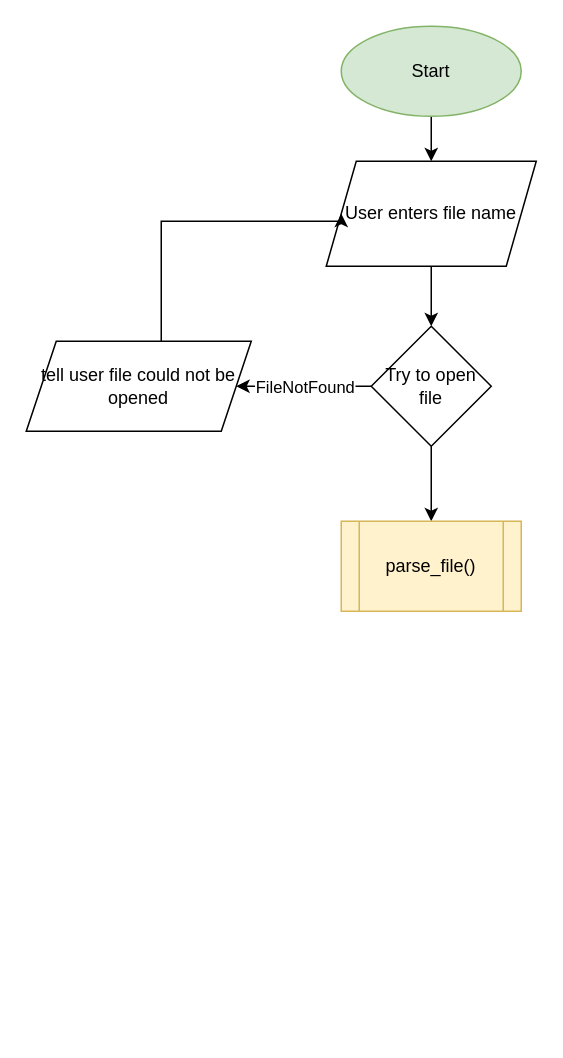
The draw.io diagram page "main" (1 of 2) of Continental_Data_Flowchart.drawio in Joel-Vernon-98/Continental_Data, before the edit. Source tidied: cells renumbered, new cells numbered last; positions are measured from the earlier drawing's top-left corner, leaving out a move shared by most shapes. Both pictures are drawn from the tidied source at 150%, with x=0, y=0 at pixel (26, 26).
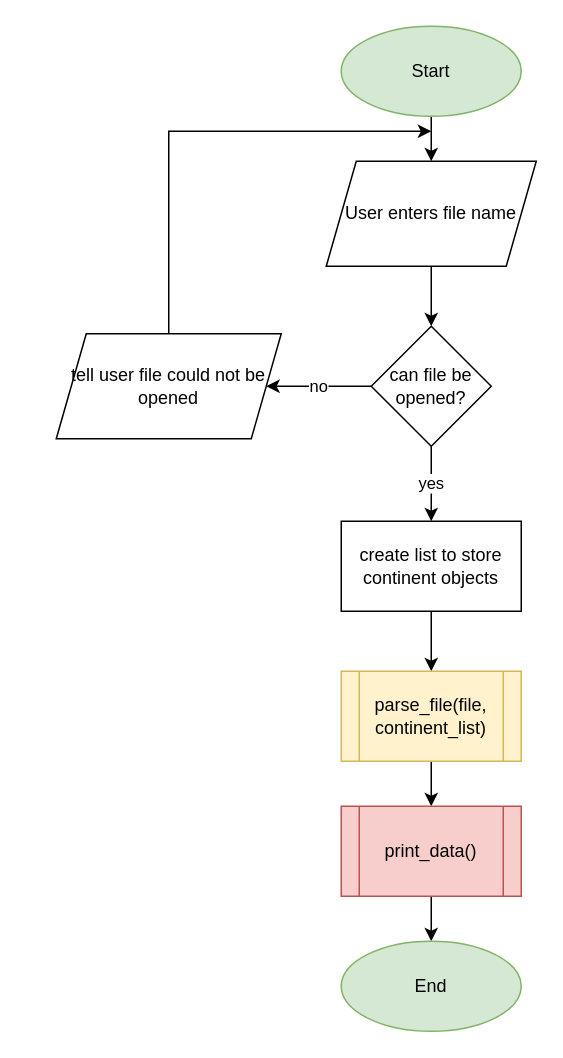
The same page after the edit.

Commit message:
added flowchart for parse_file function

Unchanged cells that the change refers to:
```xml
<mxCell id="5" value="User enters file name" style="shape=parallelogram;perimeter=parallelogramPerimeter;whiteSpace=wrap;html=1;fixedSize=1;" parent="1" vertex="1">
  <mxGeometry x="200" y="90" width="140" height="70" as="geometry" />
</mxCell>
```

What changed in the source:
```diff
@@
-    <mxCell id="6" value="FileNotFound" style="edgeStyle=orthogonalEdgeStyle;rounded=0;jettySize=auto;html=1;" parent="1" edge="1" source="8">
-      <mxGeometry relative="1" as="geometry">
-        <mxPoint x="140" y="240" as="targetPoint" />
-      </mxGeometry>
-    </mxCell>
-    <mxCell id="7" style="edgeStyle=orthogonalEdgeStyle;rounded=0;jettySize=auto;html=1;" parent="1" edge="1" source="8" target="11">
-      <mxGeometry relative="1" as="geometry" />
+    <mxCell id="7" value="yes" style="edgeStyle=orthogonalEdgeStyle;rounded=0;jettySize=auto;html=1;" parent="1" edge="1" source="8">
+      <mxGeometry relative="1" as="geometry">
+        <mxPoint x="270" y="330" as="targetPoint" />
+      </mxGeometry>
     </mxCell>
+    <mxCell id="12" value="no" style="edgeStyle=orthogonalEdgeStyle;rounded=0;jettySize=auto;html=1;" parent="1" edge="1" source="8" target="10">
+      <mxGeometry relative="1" as="geometry" />
+    </mxCell>
-    <mxCell id="8" value="Try to open file" style="rhombus;whiteSpace=wrap;html=1;" parent="1" vertex="1">
+    <mxCell id="8" value="can file be opened?" style="rhombus;whiteSpace=wrap;html=1;" parent="1" vertex="1">
       <mxGeometry x="230" y="200" width="80" height="80" as="geometry" />
     </mxCell>
-    <mxCell id="9" style="edgeStyle=orthogonalEdgeStyle;rounded=0;jettySize=auto;html=1;entryX=0;entryY=0.5;entryDx=0;entryDy=0;" parent="1" edge="1" source="10" target="5">
-      <mxGeometry relative="1" as="geometry">
-        <Array as="points">
-          <mxPoint x="90" y="130" />
-        </Array>
-      </mxGeometry>
-    </mxCell>
+    <mxCell id="13" style="edgeStyle=orthogonalEdgeStyle;rounded=0;jettySize=auto;html=1;exitX=0.5;exitY=0;exitDx=0;exitDy=0;" parent="1" edge="1" source="10">
+      <mxGeometry relative="1" as="geometry">
+        <mxPoint x="270" y="70" as="targetPoint" />
+        <Array as="points">
+          <mxPoint x="95" y="70" />
+        </Array>
+      </mxGeometry>
+    </mxCell>
     <mxCell id="10" value="tell user file could not be opened" style="shape=parallelogram;perimeter=parallelogramPerimeter;whiteSpace=wrap;html=1;fixedSize=1;" parent="1" vertex="1">
-      <mxGeometry y="210" width="150" height="60" as="geometry" />
+      <mxGeometry x="20" y="205" width="150" height="70" as="geometry" />
     </mxCell>
-    <mxCell id="11" value="parse_file()" style="shape=process;whiteSpace=wrap;html=1;backgroundOutline=1;fillColor=#fff2cc;strokeColor=#d6b656;" parent="1" vertex="1">
-      <mxGeometry x="210" y="330" width="120" height="60" as="geometry" />
-    </mxCell>
+    <mxCell id="14" style="edgeStyle=orthogonalEdgeStyle;rounded=0;jettySize=auto;html=1;exitX=0.5;exitY=1;exitDx=0;exitDy=0;entryX=0.5;entryY=0;entryDx=0;entryDy=0;" parent="1" edge="1" source="15" target="17">
+      <mxGeometry relative="1" as="geometry" />
+    </mxCell>
+    <mxCell id="15" value="create list to store continent objects" style="rounded=0;whiteSpace=wrap;html=1;" parent="1" vertex="1">
+      <mxGeometry x="210" y="330" width="120" height="60" as="geometry" />
+    </mxCell>
+    <mxCell id="16" style="edgeStyle=orthogonalEdgeStyle;rounded=0;jettySize=auto;html=1;" parent="1" edge="1" source="17">
+      <mxGeometry relative="1" as="geometry">
+        <mxPoint x="270" y="520" as="targetPoint" />
+      </mxGeometry>
+    </mxCell>
+    <mxCell id="17" value="parse_file(file, continent_list)" style="shape=process;whiteSpace=wrap;html=1;backgroundOutline=1;fillColor=#fff2cc;strokeColor=#d6b656;" parent="1" vertex="1">
+      <mxGeometry x="210" y="430" width="120" height="60" as="geometry" />
+    </mxCell>
+    <mxCell id="18" style="edgeStyle=orthogonalEdgeStyle;rounded=0;jettySize=auto;html=1;exitX=0.5;exitY=1;exitDx=0;exitDy=0;entryX=0.5;entryY=0;entryDx=0;entryDy=0;" parent="1" edge="1" source="20" target="19">
+      <mxGeometry relative="1" as="geometry" />
+    </mxCell>
+    <mxCell id="19" value="End" style="ellipse;whiteSpace=wrap;html=1;fillColor=#d5e8d4;strokeColor=#82b366;" parent="1" vertex="1">
+      <mxGeometry x="210" y="610" width="120" height="60" as="geometry" />
+    </mxCell>
+    <mxCell id="20" value="print_data()" style="shape=process;whiteSpace=wrap;html=1;backgroundOutline=1;fillColor=#f8cecc;strokeColor=#b85450;" parent="1" vertex="1">
+      <mxGeometry x="210" y="520" width="120" height="60" as="geometry" />
+    </mxCell>
```
